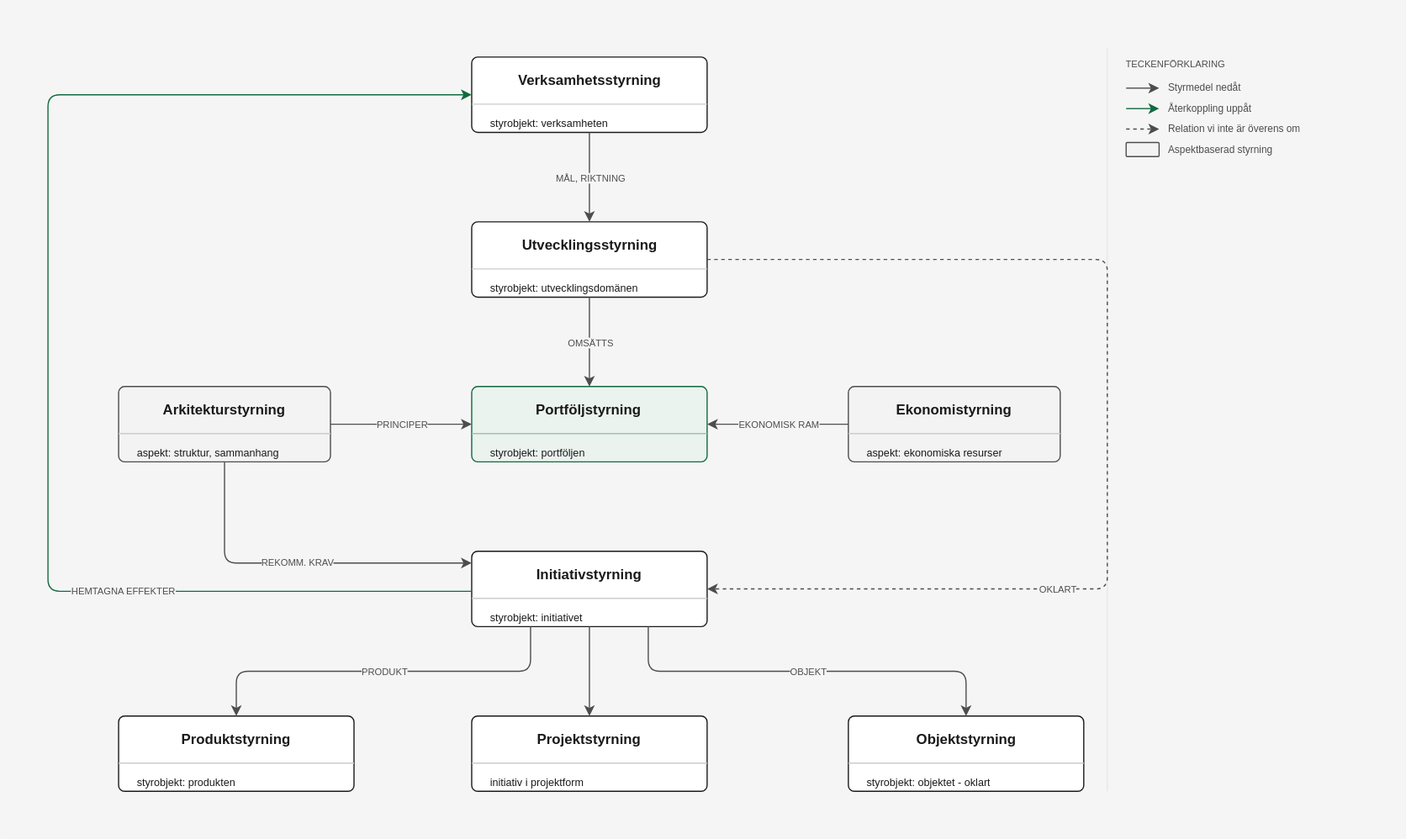
nickdin/gestaltadet-katalog keeps this draw.io diagram as layout/Styrning flöde.drawio.svg. Above is the earlier version. Source tidied: cells renumbered, new cells last; positions are measured from the earlier drawing's top-left corner, leaving out a move shared by most shapes.
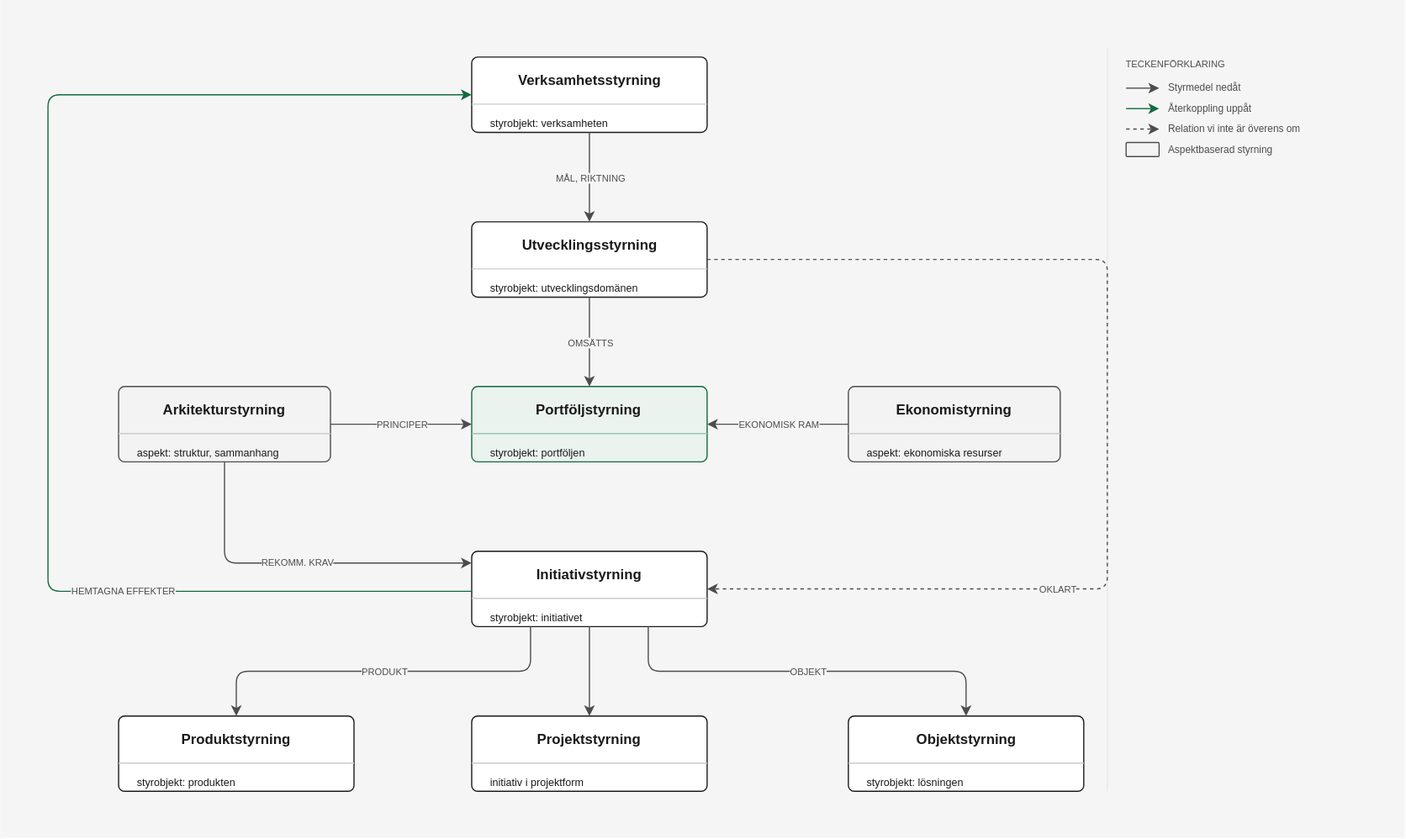
Later version of the same file.

The edit, as a diff of the source:
```diff
@@ -1,4 +1,4 @@
-<mxGraphModel background="#f5f5f5">
+<mxGraphModel background="#ffffff">
   <root>
     <mxCell id="0" />
     <mxCell id="1" parent="0" />
@@ -158,7 +158,7 @@
     <mxCell id="45" value="Objektstyrning" style="text;html=1;strokeColor=none;fillColor=none;align=center;verticalAlign=middle;whiteSpace=wrap;overflow=hidden;fontFamily=Helvetica;fontSize=12;fontColor=#1a1a1a;fontStyle=1;spacing=0;" parent="43" vertex="1">
       <mxGeometry x="45.6" y="10.8" width="108.8" height="18" as="geometry" />
     </mxCell>
-    <mxCell id="46" value="styrobjekt: objektet - oklart" style="text;html=1;strokeColor=none;fillColor=none;align=left;verticalAlign=middle;whiteSpace=wrap;overflow=hidden;fontFamily=Helvetica;fontSize=9;fontColor=#1a1a1a;fontStyle=0;spacing=0;" parent="43" vertex="1">
+    <mxCell id="46" value="styrobjekt: lösningen" style="text;html=1;strokeColor=none;fillColor=none;align=left;verticalAlign=middle;whiteSpace=wrap;overflow=hidden;fontFamily=Helvetica;fontSize=9;fontColor=#1a1a1a;fontStyle=0;spacing=0;" parent="43" vertex="1">
       <mxGeometry x="16" y="50.1" width="180.3" height="13.5" as="geometry" />
     </mxCell>
     <mxCell id="47" style="endArrow=none;html=1;strokeColor=#cccccc;" parent="43" edge="1">
```
